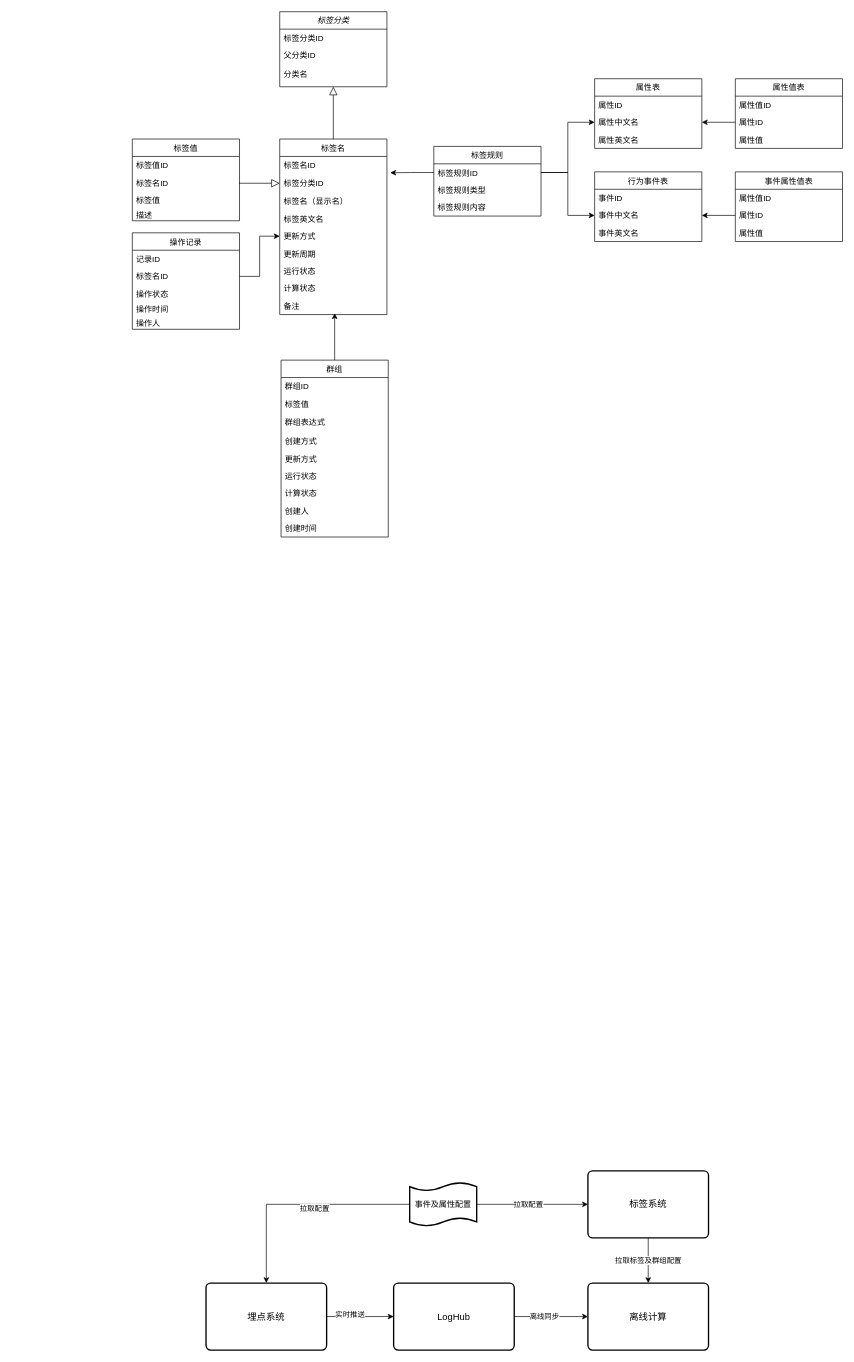
Above: Untitled Diagram.drawio in hunanxinhua/Designer (draw.io), before the change. Source tidied: cells renumbered, new cells numbered last; positions are measured from the earlier drawing's top-left corner, leaving out a move shared by most shapes. Both pictures are drawn from the tidied source at 67%, with x=0, y=0 at pixel (132, 11).
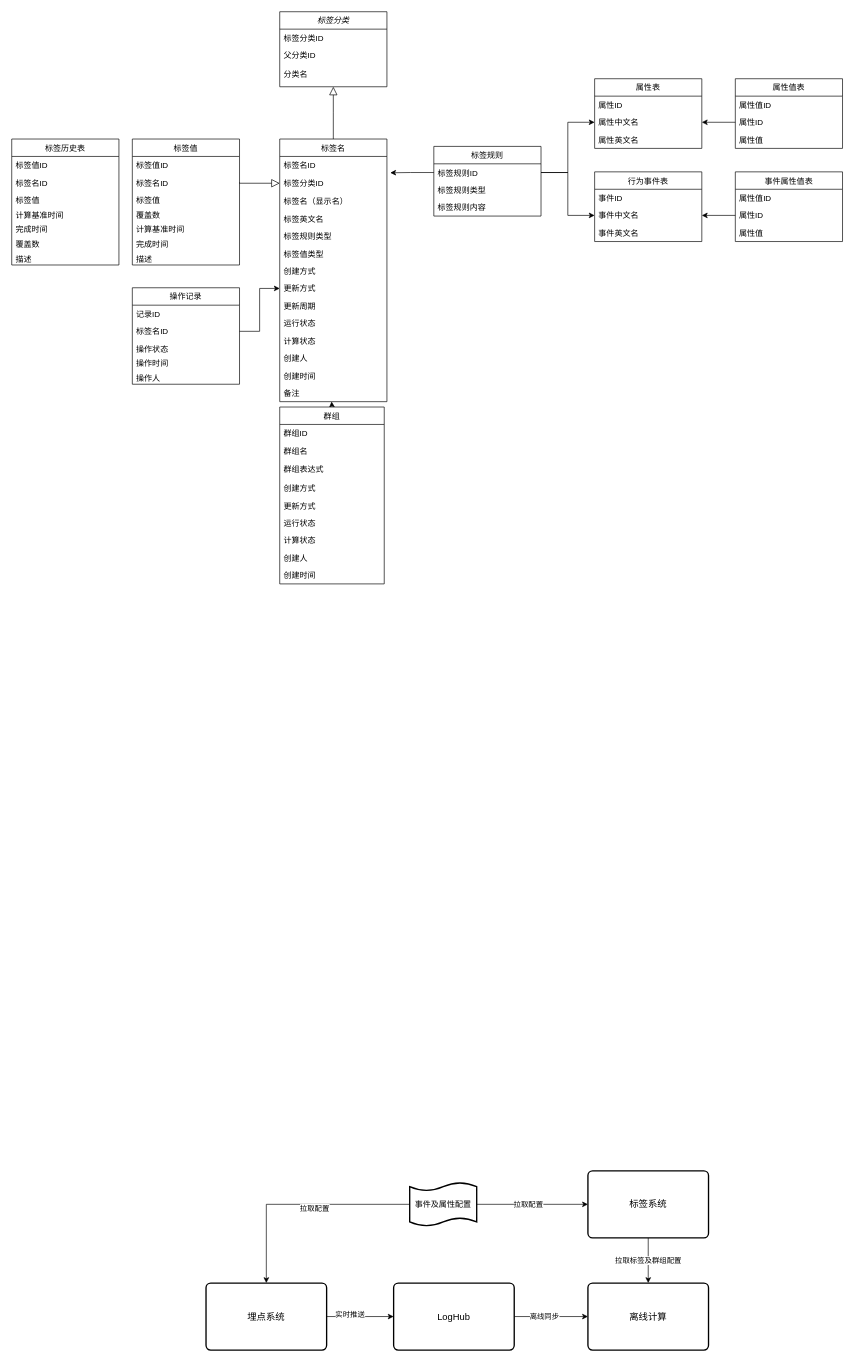
After the change.

What changed in the source:
```diff
@@
     <mxCell id="6" value="标签名" style="swimlane;fontStyle=0;align=center;verticalAlign=top;horizontal=1;startSize=26;rounded=0;shadow=0;strokeWidth=1;" parent="1" vertex="1">
-      <mxGeometry x="220" y="190" width="160" height="262" as="geometry" />
+      <mxGeometry x="220" y="190" width="160" height="392" as="geometry" />
     </mxCell>
@@
+    <mxCell id="80" value="标签规则类型" style="text;align=left;verticalAlign=top;spacingLeft=4;spacingRight=4;overflow=hidden;" parent="6" vertex="1">
+      <mxGeometry y="132" width="160" height="26" as="geometry" />
+    </mxCell>
+    <mxCell id="81" value="标签值类型" style="text;align=left;verticalAlign=top;spacingLeft=4;spacingRight=4;overflow=hidden;" parent="6" vertex="1">
+      <mxGeometry y="158" width="160" height="26" as="geometry" />
+    </mxCell>
+    <mxCell id="82" value="创建方式" style="text;align=left;verticalAlign=top;spacingLeft=4;spacingRight=4;overflow=hidden;" parent="6" vertex="1">
+      <mxGeometry y="184" width="160" height="26" as="geometry" />
+    </mxCell>
     <mxCell id="11" value="更新方式" style="text;align=left;verticalAlign=top;spacingLeft=4;spacingRight=4;overflow=hidden;points=[[0,0.5],[1,0.5]];portConstraint=eastwest;" parent="6" vertex="1">
-      <mxGeometry y="132" width="160" height="26" as="geometry" />
+      <mxGeometry y="210" width="160" height="26" as="geometry" />
     </mxCell>
     <mxCell id="12" value="更新周期" style="text;align=left;verticalAlign=top;spacingLeft=4;spacingRight=4;overflow=hidden;" parent="6" vertex="1">
-      <mxGeometry y="158" width="160" height="26" as="geometry" />
+      <mxGeometry y="236" width="160" height="26" as="geometry" />
     </mxCell>
     <mxCell id="13" value="运行状态" style="text;align=left;verticalAlign=top;spacingLeft=4;spacingRight=4;overflow=hidden;" parent="6" vertex="1">
-      <mxGeometry y="184" width="160" height="26" as="geometry" />
+      <mxGeometry y="262" width="160" height="26" as="geometry" />
     </mxCell>
     <mxCell id="14" value="计算状态" style="text;align=left;verticalAlign=top;spacingLeft=4;spacingRight=4;overflow=hidden;" parent="6" vertex="1">
-      <mxGeometry y="210" width="160" height="26" as="geometry" />
+      <mxGeometry y="288" width="160" height="26" as="geometry" />
     </mxCell>
+    <mxCell id="83" value="创建人" style="text;align=left;verticalAlign=top;spacingLeft=4;spacingRight=4;overflow=hidden;" parent="6" vertex="1">
+      <mxGeometry y="314" width="160" height="26" as="geometry" />
+    </mxCell>
+    <mxCell id="84" value="创建时间" style="text;align=left;verticalAlign=top;spacingLeft=4;spacingRight=4;overflow=hidden;" parent="6" vertex="1">
+      <mxGeometry y="340" width="160" height="26" as="geometry" />
+    </mxCell>
     <mxCell id="15" value="备注" style="text;align=left;verticalAlign=top;spacingLeft=4;spacingRight=4;overflow=hidden;points=[[0,0.5],[1,0.5]];portConstraint=eastwest;" parent="6" vertex="1">
-      <mxGeometry y="236" width="160" height="26" as="geometry" />
+      <mxGeometry y="366" width="160" height="26" as="geometry" />
     </mxCell>
@@
     <mxCell id="17" value="标签值" style="swimlane;fontStyle=0;align=center;verticalAlign=top;horizontal=1;startSize=26;rounded=0;shadow=0;strokeWidth=1;" parent="1" vertex="1">
-      <mxGeometry y="190" width="160" height="122" as="geometry" />
+      <mxGeometry y="190" width="160" height="188" as="geometry" />
     </mxCell>
@@
+    <mxCell id="85" value="覆盖数" style="text;align=left;verticalAlign=top;spacingLeft=4;spacingRight=4;overflow=hidden;" parent="17" vertex="1">
+      <mxGeometry y="100" width="160" height="22" as="geometry" />
+    </mxCell>
+    <mxCell id="86" value="计算基准时间" style="text;align=left;verticalAlign=top;spacingLeft=4;spacingRight=4;overflow=hidden;" parent="17" vertex="1">
+      <mxGeometry y="122" width="160" height="22" as="geometry" />
+    </mxCell>
+    <mxCell id="87" value="完成时间" style="text;align=left;verticalAlign=top;spacingLeft=4;spacingRight=4;overflow=hidden;" parent="17" vertex="1">
+      <mxGeometry y="144" width="160" height="22" as="geometry" />
+    </mxCell>
     <mxCell id="21" value="描述" style="text;align=left;verticalAlign=top;spacingLeft=4;spacingRight=4;overflow=hidden;" parent="17" vertex="1">
-      <mxGeometry y="100" width="160" height="22" as="geometry" />
+      <mxGeometry y="166" width="160" height="22" as="geometry" />
     </mxCell>
@@
-    <mxCell id="46" style="edgeStyle=orthogonalEdgeStyle;rounded=0;jettySize=auto;html=1;exitX=0.5;exitY=0;exitDx=0;exitDy=0;" parent="1" edge="1" source="47">
-      <mxGeometry relative="1" as="geometry">
-        <mxPoint x="302" y="450" as="targetPoint" />
-      </mxGeometry>
+    <mxCell id="46" style="edgeStyle=orthogonalEdgeStyle;rounded=0;jettySize=auto;html=1;exitX=0.5;exitY=0;exitDx=0;exitDy=0;entryX=0.484;entryY=0.992;entryDx=0;entryDy=0;entryPerimeter=0;" parent="1" edge="1" source="47" target="15">
+      <mxGeometry relative="1" as="geometry" />
     </mxCell>
     <mxCell id="47" value="群组" style="swimlane;fontStyle=0;align=center;verticalAlign=top;horizontal=1;startSize=26;rounded=0;shadow=0;strokeWidth=1;" parent="1" vertex="1">
-      <mxGeometry x="222" y="520" width="160" height="264" as="geometry" />
+      <mxGeometry x="220" y="590" width="156" height="264" as="geometry" />
     </mxCell>
     <mxCell id="48" value="群组ID" style="text;align=left;verticalAlign=top;spacingLeft=4;spacingRight=4;overflow=hidden;" parent="47" vertex="1">
-      <mxGeometry y="26" width="160" height="26" as="geometry" />
+      <mxGeometry y="26" width="156" height="26" as="geometry" />
     </mxCell>
-    <mxCell id="49" value="标签值" style="text;align=left;verticalAlign=top;spacingLeft=4;spacingRight=4;overflow=hidden;" parent="47" vertex="1">
-      <mxGeometry y="52" width="160" height="28" as="geometry" />
+    <mxCell id="49" value="群组名" style="text;align=left;verticalAlign=top;spacingLeft=4;spacingRight=4;overflow=hidden;" parent="47" vertex="1">
+      <mxGeometry y="52" width="156" height="28" as="geometry" />
     </mxCell>
     <mxCell id="50" value="群组表达式" style="text;align=left;verticalAlign=top;spacingLeft=4;spacingRight=4;overflow=hidden;" parent="47" vertex="1">
-      <mxGeometry y="80" width="160" height="28" as="geometry" />
+      <mxGeometry y="80" width="156" height="28" as="geometry" />
     </mxCell>
     <mxCell id="51" value="创建方式" style="text;align=left;verticalAlign=top;spacingLeft=4;spacingRight=4;overflow=hidden;" parent="47" vertex="1">
-      <mxGeometry y="108" width="160" height="26" as="geometry" />
+      <mxGeometry y="108" width="156" height="26" as="geometry" />
     </mxCell>
     <mxCell id="52" value="更新方式" style="text;align=left;verticalAlign=top;spacingLeft=4;spacingRight=4;overflow=hidden;" parent="47" vertex="1">
-      <mxGeometry y="134" width="160" height="26" as="geometry" />
+      <mxGeometry y="134" width="156" height="26" as="geometry" />
     </mxCell>
     <mxCell id="53" value="运行状态" style="text;align=left;verticalAlign=top;spacingLeft=4;spacingRight=4;overflow=hidden;" parent="47" vertex="1">
-      <mxGeometry y="160" width="160" height="26" as="geometry" />
+      <mxGeometry y="160" width="156" height="26" as="geometry" />
     </mxCell>
     <mxCell id="54" value="计算状态" style="text;align=left;verticalAlign=top;spacingLeft=4;spacingRight=4;overflow=hidden;" parent="47" vertex="1">
-      <mxGeometry y="186" width="160" height="26" as="geometry" />
+      <mxGeometry y="186" width="156" height="26" as="geometry" />
     </mxCell>
     <mxCell id="55" value="创建人" style="text;align=left;verticalAlign=top;spacingLeft=4;spacingRight=4;overflow=hidden;" parent="47" vertex="1">
-      <mxGeometry y="212" width="160" height="26" as="geometry" />
+      <mxGeometry y="212" width="156" height="26" as="geometry" />
     </mxCell>
     <mxCell id="56" value="创建时间" style="text;align=left;verticalAlign=top;spacingLeft=4;spacingRight=4;overflow=hidden;" parent="47" vertex="1">
-      <mxGeometry y="238" width="160" height="26" as="geometry" />
+      <mxGeometry y="238" width="156" height="26" as="geometry" />
     </mxCell>
@@
     <mxCell id="59" value="操作记录" style="swimlane;fontStyle=0;align=center;verticalAlign=top;horizontal=1;startSize=26;rounded=0;shadow=0;strokeWidth=1;" parent="1" vertex="1">
-      <mxGeometry y="330" width="160" height="144" as="geometry" />
+      <mxGeometry y="412" width="160" height="144" as="geometry" />
     </mxCell>
@@
+    <mxCell id="88" value="标签历史表" style="swimlane;fontStyle=0;align=center;verticalAlign=top;horizontal=1;startSize=26;rounded=0;shadow=0;strokeWidth=1;" parent="1" vertex="1">
+      <mxGeometry x="-180" y="190" width="160" height="188" as="geometry" />
+    </mxCell>
+    <mxCell id="89" value="标签值ID" style="text;align=left;verticalAlign=top;spacingLeft=4;spacingRight=4;overflow=hidden;" parent="88" vertex="1">
+      <mxGeometry y="26" width="160" height="26" as="geometry" />
+    </mxCell>
+    <mxCell id="90" value="标签名ID" style="text;align=left;verticalAlign=top;spacingLeft=4;spacingRight=4;overflow=hidden;" parent="88" vertex="1">
+      <mxGeometry y="52" width="160" height="26" as="geometry" />
+    </mxCell>
+    <mxCell id="91" value="标签值" style="text;align=left;verticalAlign=top;spacingLeft=4;spacingRight=4;overflow=hidden;" parent="88" vertex="1">
+      <mxGeometry y="78" width="160" height="22" as="geometry" />
+    </mxCell>
+    <mxCell id="92" value="计算基准时间" style="text;align=left;verticalAlign=top;spacingLeft=4;spacingRight=4;overflow=hidden;" parent="88" vertex="1">
+      <mxGeometry y="100" width="160" height="22" as="geometry" />
+    </mxCell>
+    <mxCell id="93" value="完成时间" style="text;align=left;verticalAlign=top;spacingLeft=4;spacingRight=4;overflow=hidden;" parent="88" vertex="1">
+      <mxGeometry y="122" width="160" height="22" as="geometry" />
+    </mxCell>
+    <mxCell id="94" value="覆盖数" style="text;align=left;verticalAlign=top;spacingLeft=4;spacingRight=4;overflow=hidden;" parent="88" vertex="1">
+      <mxGeometry y="144" width="160" height="22" as="geometry" />
+    </mxCell>
+    <mxCell id="95" value="描述" style="text;align=left;verticalAlign=top;spacingLeft=4;spacingRight=4;overflow=hidden;" parent="88" vertex="1">
+      <mxGeometry y="166" width="160" height="22" as="geometry" />
+    </mxCell>
```
